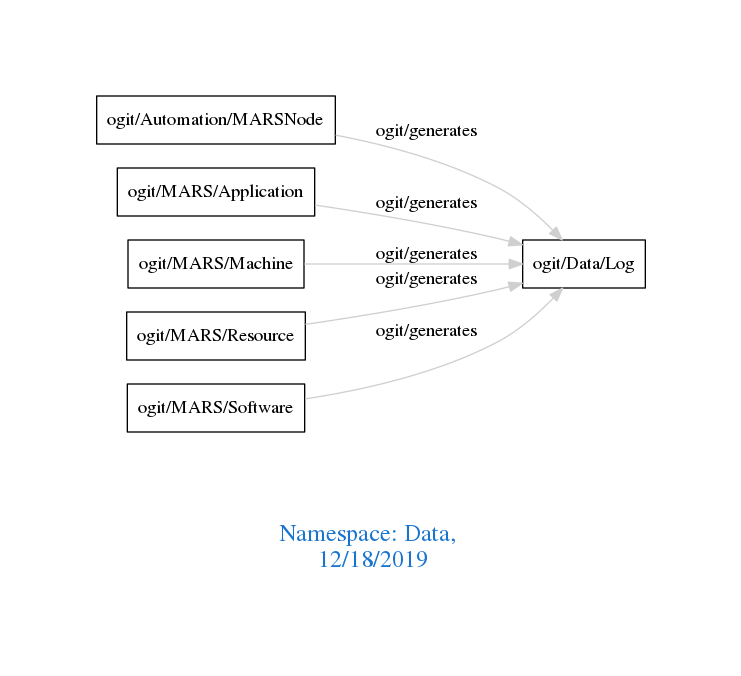
Earlier version of the Graphviz export downloads/Data.png (arago/OGIT). Its source is kept beside it as downloads/Data.dot.
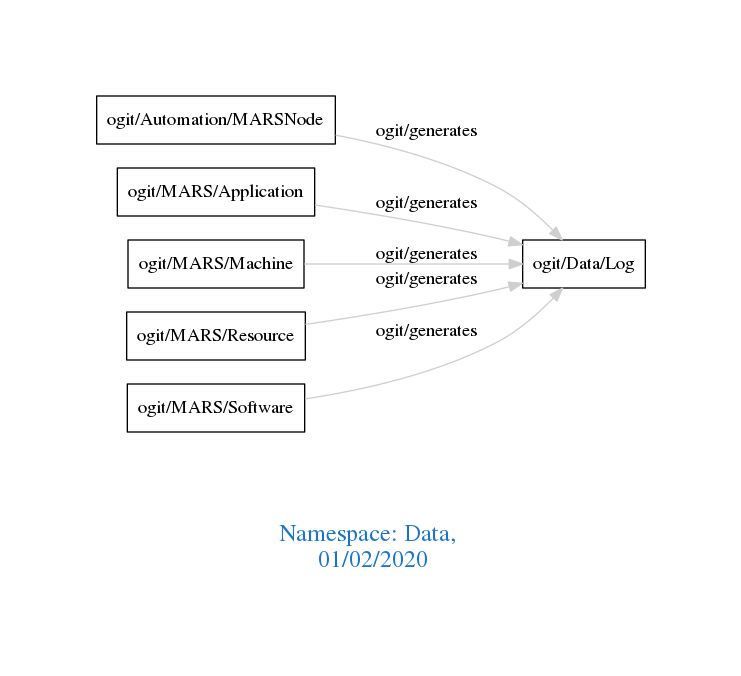
The same diagram one commit later.

What changed in the source:
```diff
@@ -1,7 +1,7 @@
 digraph OGIT_ontology {
  graph [ rankdir= LR,pad=1
 fontsize = 18,
-fontcolor= dodgerblue3,label = "\n\n\nNamespace: Data, \n 12/18/2019"];
+fontcolor= dodgerblue3,label = "\n\n\nNamespace: Data, \n 01/02/2020"];
 node[shape=polygon];
 edge [  color="gray81"];
 
```
